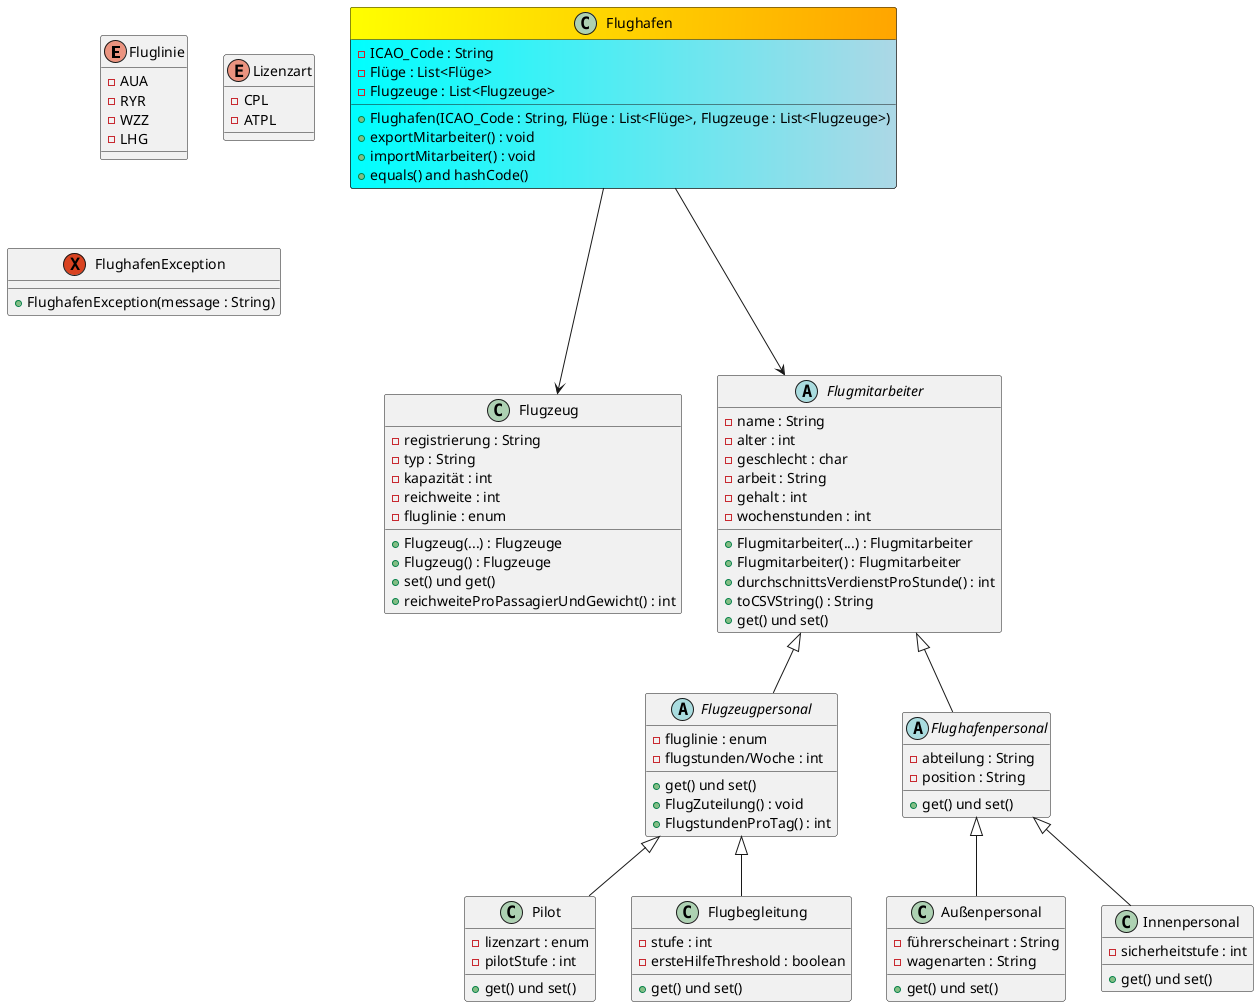
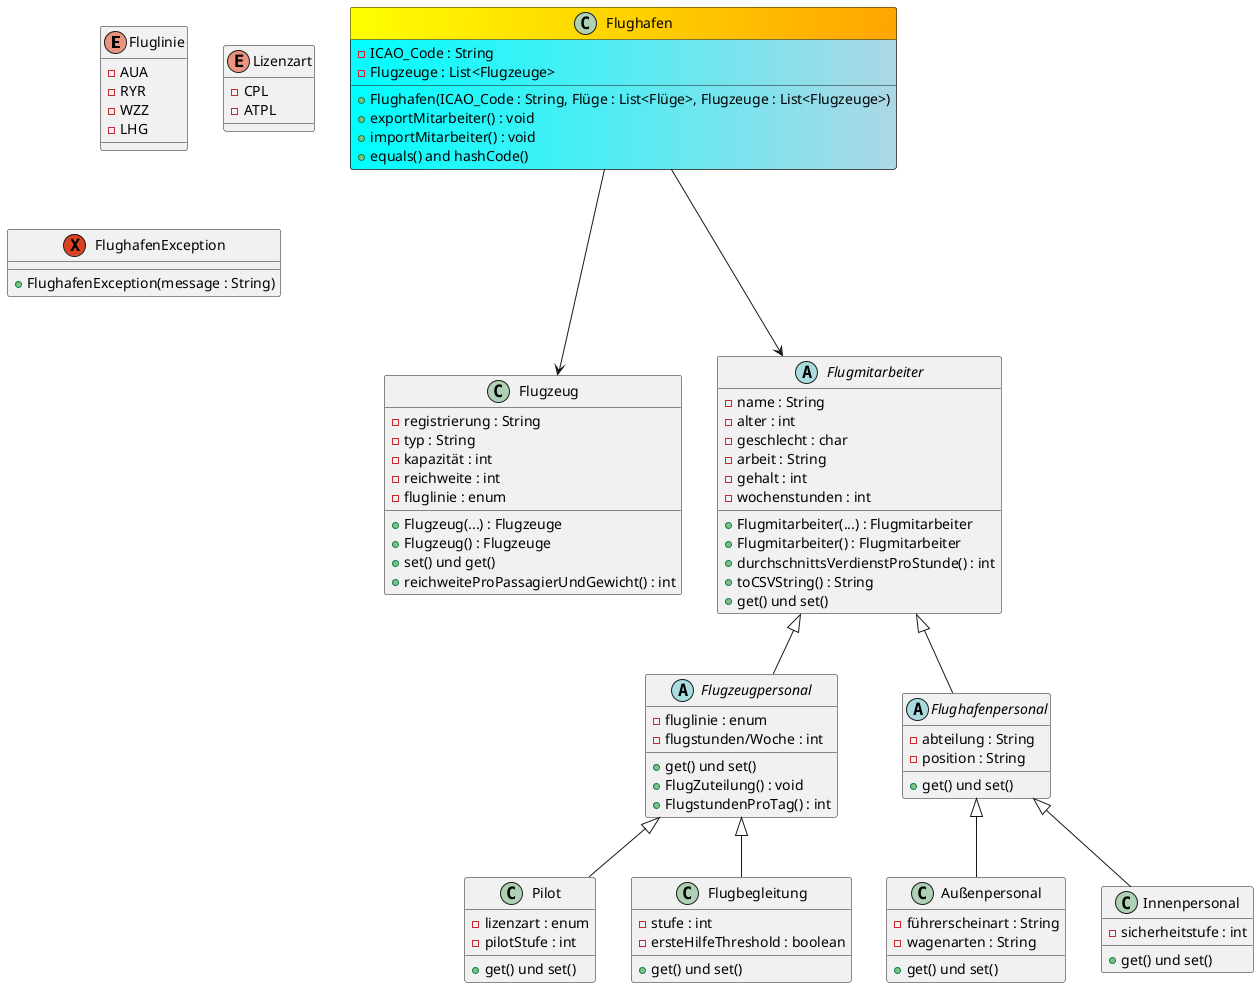
@startuml

enum Fluglinie {
- AUA
- RYR
- WZZ
- LHG
}

enum Lizenzart {
- CPL
- ATPL
}

class Flughafen #back:cyan|lightblue;header:yellow/orange {
- ICAO_Code : String
- - Flüge : List<Flüge>
- Flugzeuge : List<Flugzeuge>
+ Flughafen(ICAO_Code : String, Flüge : List<Flüge>, Flugzeuge : List<Flugzeuge>)
+ exportMitarbeiter() : void
+ importMitarbeiter() : void
+ equals() and hashCode()
}

class Flugzeug {
- registrierung : String
- typ : String
- kapazität : int
- reichweite : int
- fluglinie : enum
+ Flugzeug(...) : Flugzeuge
+ Flugzeug() : Flugzeuge
+ set() und get()
+ reichweiteProPassagierUndGewicht() : int
}

abstract class Flugmitarbeiter {
- name : String
- alter : int
- geschlecht : char
- arbeit : String
- gehalt : int
- wochenstunden : int
+ Flugmitarbeiter(...) : Flugmitarbeiter
+ Flugmitarbeiter() : Flugmitarbeiter
+ durchschnittsVerdienstProStunde() : int
+ toCSVString() : String
+ get() und set()
}

abstract class Flugzeugpersonal {
- fluglinie : enum
- flugstunden/Woche : int
+ get() und set()
+ FlugZuteilung() : void
+ FlugstundenProTag() : int
}

abstract class Flughafenpersonal {
- abteilung : String
- position : String
+ get() und set()
}

class Außenpersonal {
- führerscheinart : String
- wagenarten : String
+ get() und set()
}

class Innenpersonal {
- sicherheitstufe : int
+ get() und set()
}

class Pilot {
- lizenzart : enum
- pilotStufe : int
+ get() und set()
}

class Flugbegleitung {
- stufe : int
- ersteHilfeThreshold : boolean
+ get() und set()
}

exception FlughafenException {
+ FlughafenException(message : String)
}

Flughafen ---> Flugzeug
Flughafen ---> Flugmitarbeiter
Flugmitarbeiter <|-- Flugzeugpersonal
Flugmitarbeiter <|-- Flughafenpersonal
Flughafenpersonal <|-- Außenpersonal
Flughafenpersonal <|-- Innenpersonal
Flugzeugpersonal <|-- Pilot
Flugzeugpersonal <|-- Flugbegleitung
@enduml